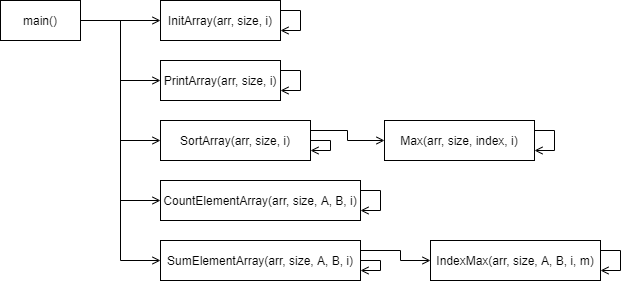
Earlier version of the draw.io export Lab6.4.2/structure.png (fhctyw/Lab6.4). Source tidied: cells renumbered, new cells last; positions are measured from the earlier drawing's top-left corner, leaving out a move shared by most shapes.
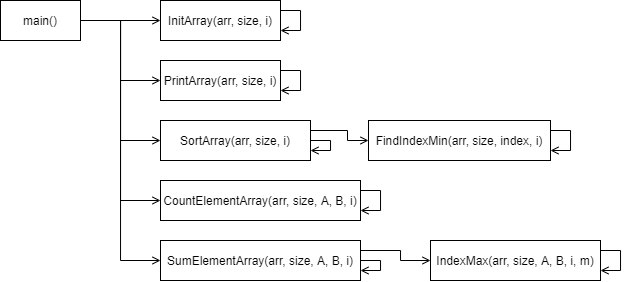
Above is the later version.

The edit, as a diff of the source:
```diff
@@ -119,16 +119,16 @@
         </Array>
       </mxGeometry>
     </mxCell>
-    <mxCell id="22" value="Max(arr, size, index, i)" style="rounded=0;whiteSpace=wrap;html=1;" parent="1" vertex="1">
-      <mxGeometry x="384" y="120" width="150" height="40" as="geometry" />
+    <mxCell id="22" value="FindIndexMin(arr, size, index, i)" style="rounded=0;whiteSpace=wrap;html=1;" parent="1" vertex="1">
+      <mxGeometry x="368" y="120" width="182" height="40" as="geometry" />
     </mxCell>
     <mxCell id="23" style="edgeStyle=orthogonalEdgeStyle;rounded=0;orthogonalLoop=1;jettySize=auto;html=1;entryX=1;entryY=0.75;entryDx=0;entryDy=0;endArrow=open;endFill=0;" parent="1" edge="1">
       <mxGeometry relative="1" as="geometry">
-        <mxPoint x="534" y="130" as="sourcePoint" />
-        <mxPoint x="534" y="150" as="targetPoint" />
+        <mxPoint x="550" y="130" as="sourcePoint" />
+        <mxPoint x="550" y="150" as="targetPoint" />
         <Array as="points">
-          <mxPoint x="554" y="130" />
-          <mxPoint x="554" y="150" />
+          <mxPoint x="570" y="130" />
+          <mxPoint x="570" y="150" />
         </Array>
       </mxGeometry>
     </mxCell>
```
